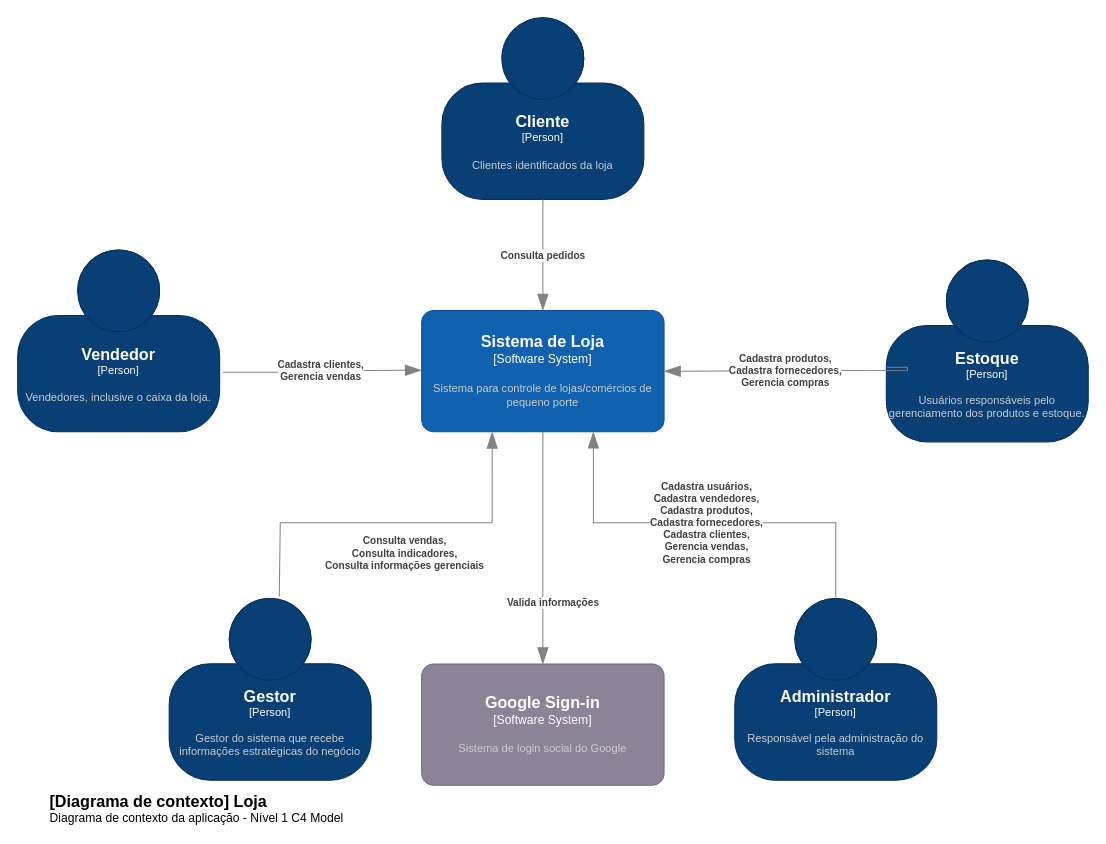
The draw.io diagram page "Nível 1 - Contexto" (1 of 3) of projeto/documentacao/C4Model.drawio in adjamirgalvao/pucminas, before the edit. Source tidied: cells renumbered, new cells numbered last; positions are measured from the earlier drawing's top-left corner, leaving out a move shared by most shapes. Both pictures are drawn from the tidied source at 101%, with x=0, y=0 at pixel (17, 17).
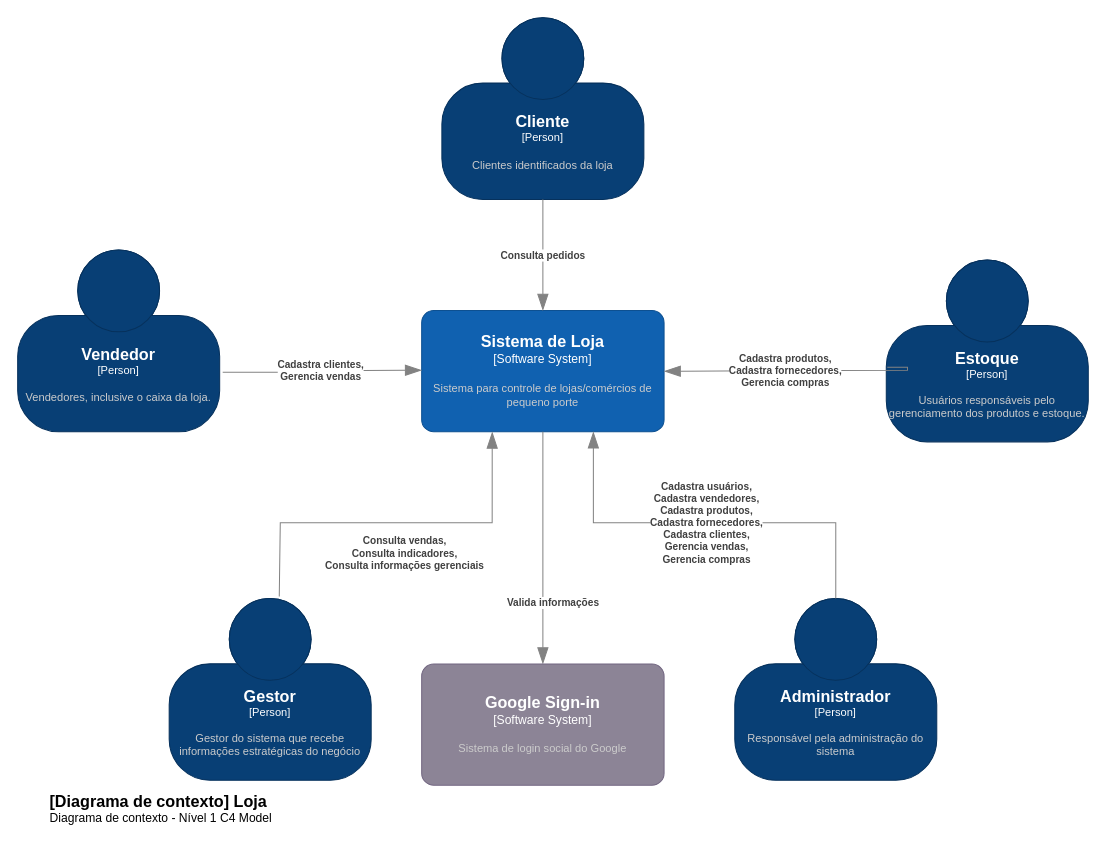
The same page after the edit.

What changed in the source:
```diff
@@
-    <object id="10" label="&lt;font style=&quot;font-size: 16px&quot;&gt;&lt;b&gt;&lt;div style=&quot;text-align: left&quot;&gt;%c4Name%&lt;/div&gt;&lt;/b&gt;&lt;/font&gt;&lt;div style=&quot;text-align: left&quot;&gt;%c4Description%&lt;/div&gt;" c4Description="Diagrama de contexto da aplicação - Nível 1 C4 Model" c4Name="[Diagrama de contexto] Loja" placeholders="1">
+    <object id="10" label="&lt;font style=&quot;font-size: 16px&quot;&gt;&lt;b&gt;&lt;div style=&quot;text-align: left&quot;&gt;%c4Name%&lt;/div&gt;&lt;/b&gt;&lt;/font&gt;&lt;div style=&quot;text-align: left&quot;&gt;%c4Description%&lt;/div&gt;" c4Description="Diagrama de contexto - Nível 1 C4 Model" c4Name="[Diagrama de contexto] Loja" placeholders="1">
       <mxCell style="text;html=1;strokeColor=none;fillColor=none;align=left;verticalAlign=top;whiteSpace=wrap;rounded=0;" parent="1" vertex="1">
         <mxGeometry x="30" y="760" width="310" height="40" as="geometry" />
       </mxCell>
     </object>
```
